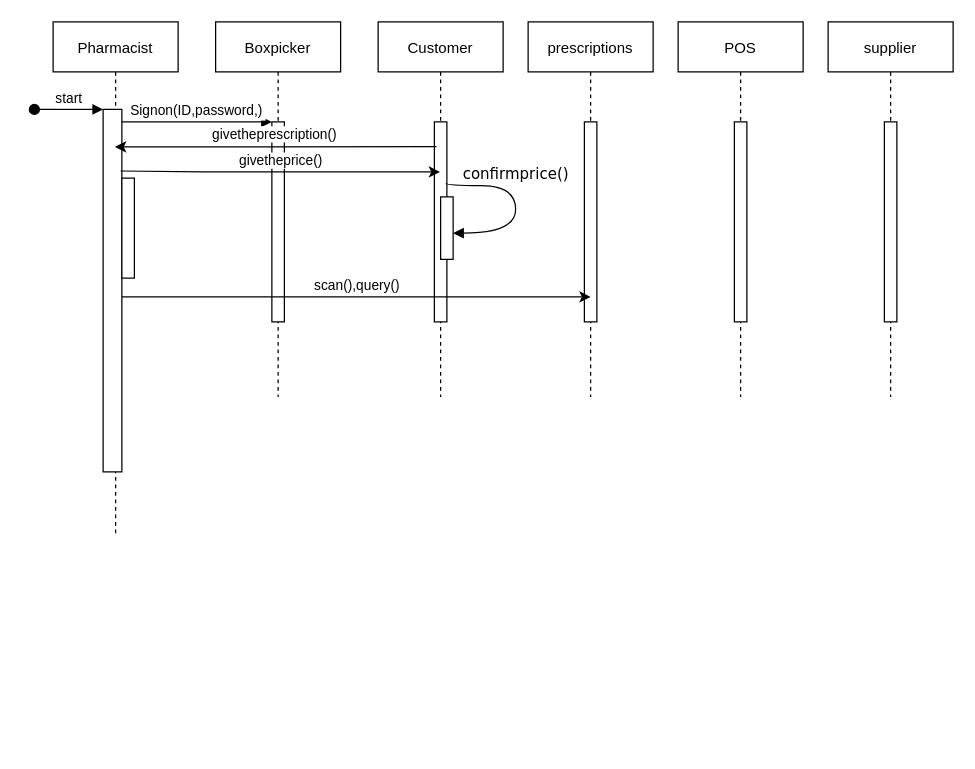
This is Untitled Diagram.drawio from forthegame/ANU2024, a draw.io file, before an edit. Source tidied: cells renumbered, new cells numbered last; positions are measured from the earlier drawing's top-left corner, leaving out a move shared by most shapes. Both pictures are drawn from the tidied source at 125%, with x=0, y=0 at pixel (34, 21).
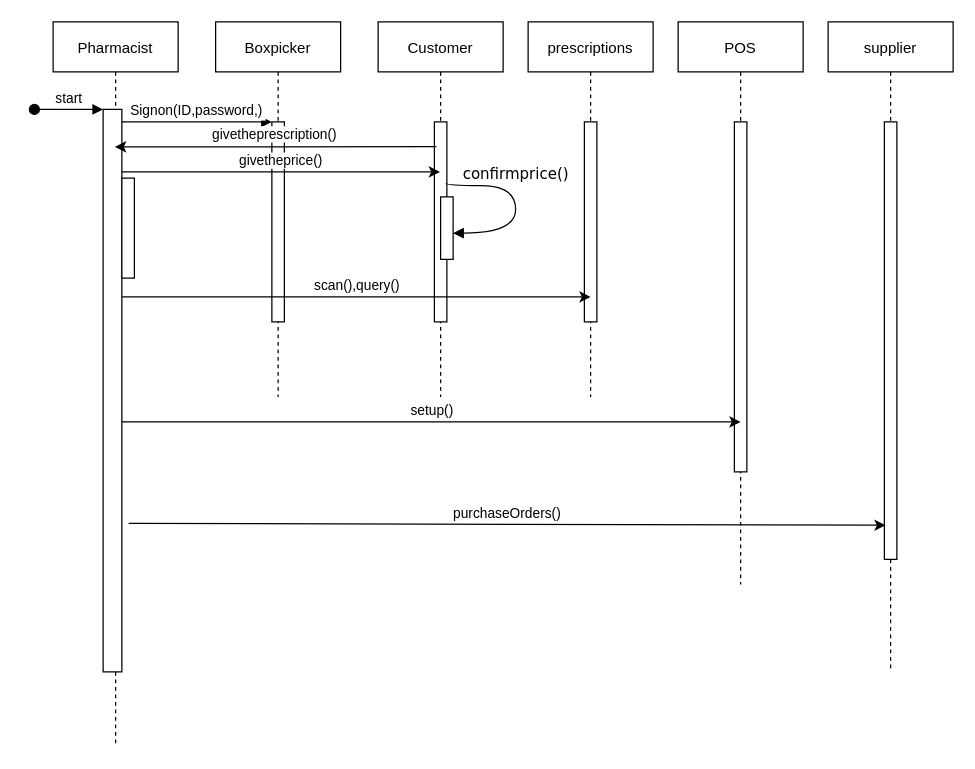
The same diagram, later.

The change refers to these unchanged cells:
```xml
<mxCell id="9" value="Customer" style="shape=umlLifeline;perimeter=lifelinePerimeter;rounded=0;shadow=0;strokeWidth=1;" parent="1" vertex="1">
  <mxGeometry x="275" width="100" height="300" as="geometry" />
</mxCell>
```

The edit, as a diff of the source:
```diff
@@
     <mxCell id="2" value="Pharmacist" style="shape=umlLifeline;perimeter=lifelinePerimeter;rounded=0;shadow=0;strokeWidth=1;" parent="1" vertex="1">
-      <mxGeometry x="15" width="100" height="410" as="geometry" />
+      <mxGeometry x="15" width="100" height="580" as="geometry" />
     </mxCell>
     <mxCell id="3" style="points=[];perimeter=orthogonalPerimeter;rounded=0;shadow=0;strokeWidth=1;" parent="2" vertex="1">
-      <mxGeometry x="40" y="70" width="15" height="290" as="geometry" />
+      <mxGeometry x="40" y="70" width="15" height="450" as="geometry" />
     </mxCell>
@@
     <mxCell id="11" value="supplier" style="shape=umlLifeline;perimeter=lifelinePerimeter;rounded=0;shadow=0;strokeWidth=1;" parent="1" vertex="1">
-      <mxGeometry x="635" width="100" height="300" as="geometry" />
+      <mxGeometry x="635" width="100" height="520" as="geometry" />
     </mxCell>
     <mxCell id="12" style="points=[];perimeter=orthogonalPerimeter;rounded=0;shadow=0;strokeWidth=1;" parent="11" vertex="1">
-      <mxGeometry x="45" y="80" width="10" height="160" as="geometry" />
+      <mxGeometry x="45" y="80" width="10" height="350" as="geometry" />
     </mxCell>
@@
     <mxCell id="15" value="POS" style="shape=umlLifeline;perimeter=lifelinePerimeter;rounded=0;shadow=0;strokeWidth=1;" parent="1" vertex="1">
-      <mxGeometry x="515" width="100" height="300" as="geometry" />
+      <mxGeometry x="515" width="100" height="450" as="geometry" />
     </mxCell>
     <mxCell id="16" style="perimeter=orthogonalPerimeter;rounded=0;shadow=0;strokeWidth=1;" parent="15" vertex="1">
-      <mxGeometry x="45" y="80" width="10" height="160" as="geometry" />
+      <mxGeometry x="45" y="80" width="10" height="280" as="geometry" />
     </mxCell>
@@
-    <mxCell id="19" value="givetheprice()" style="endArrow=classic;html=1;verticalAlign=bottom;exitX=0.931;exitY=0.17;exitDx=0;exitDy=0;exitPerimeter=0;" parent="1" edge="1" source="3" target="9">
+    <mxCell id="19" value="givetheprice()" style="endArrow=classic;html=1;verticalAlign=bottom;" parent="1" edge="1" source="3" target="9">
       <mxGeometry relative="1" as="geometry">
         <Array as="points">
           <mxPoint x="145" y="120" />
         </Array>
       </mxGeometry>
     </mxCell>
@@
+    <mxCell id="22" value="setup()" style="endArrow=classic;html=1;verticalAlign=bottom;" parent="1" edge="1" source="3">
+      <mxGeometry relative="1" as="geometry">
+        <mxPoint x="565" y="320" as="targetPoint" />
+      </mxGeometry>
+    </mxCell>
+    <mxCell id="23" value="purchaseOrders()" style="endArrow=classic;html=1;exitX=1.36;exitY=0.736;exitDx=0;exitDy=0;exitPerimeter=0;entryX=0.1;entryY=0.922;entryDx=0;entryDy=0;entryPerimeter=0;verticalAlign=bottom;" parent="1" edge="1" source="3" target="12">
+      <mxGeometry relative="1" as="geometry" />
+    </mxCell>
```
